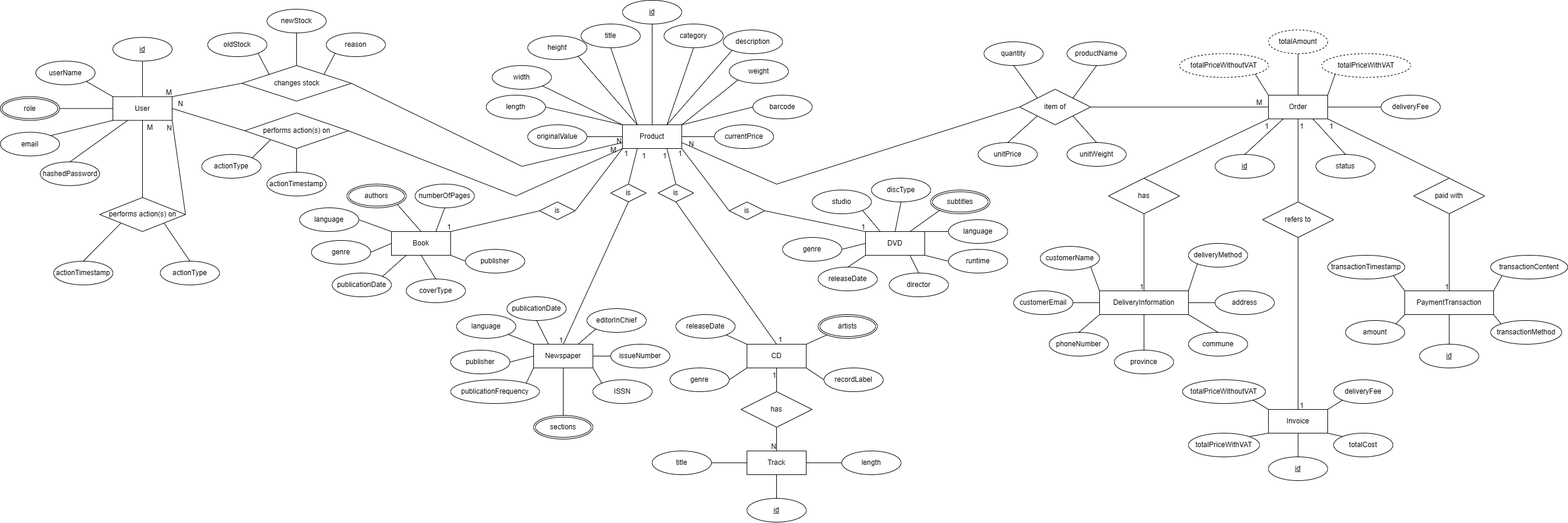
diennguyenhuy/ISD.20252-16 keeps this draw.io diagram as DetailedDesign/DataModelling/ERD.png. Above is the earlier version. Source tidied: cells renumbered, new cells last; positions are measured from the earlier drawing's top-left corner, leaving out a move shared by most shapes.
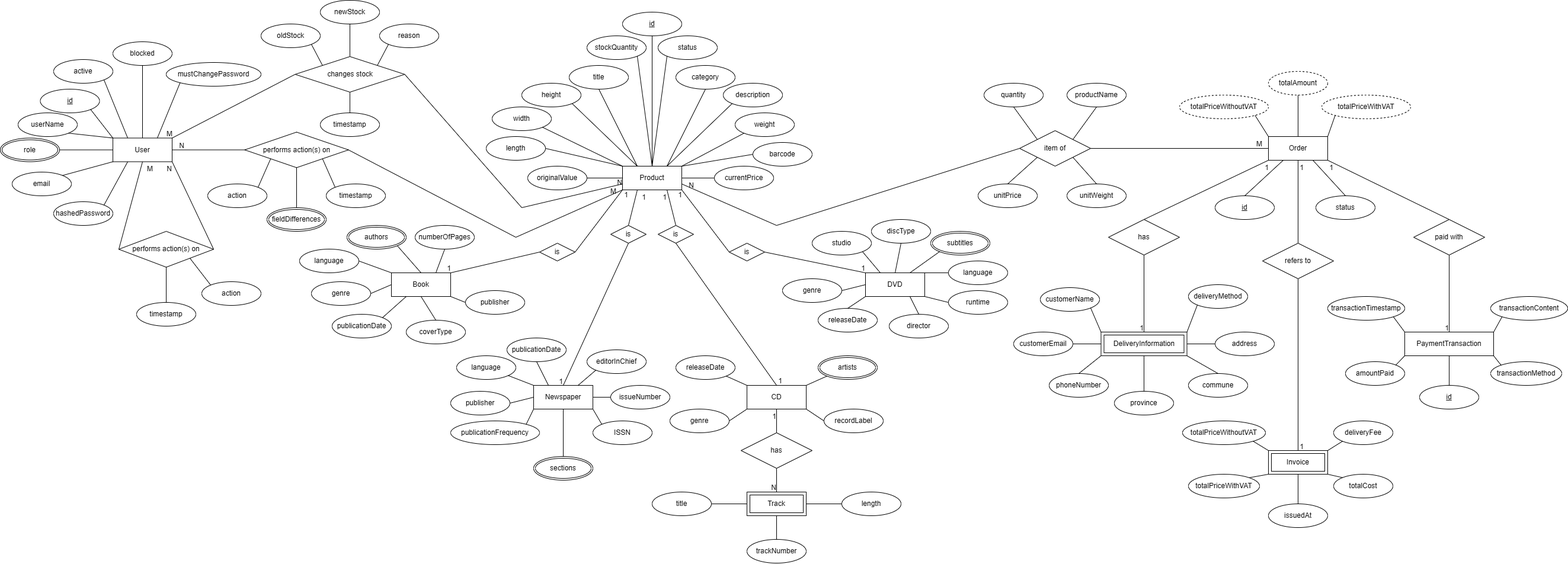
After the change.

Change to the diagram source:
```diff
@@ -25,5 +25,2 @@
     </mxCell>
-    <mxCell id="9" value="DeliveryInformation" style="whiteSpace=wrap;html=1;align=center;" parent="1" vertex="1">
-      <mxGeometry x="1855" y="490" width="150" height="40" as="geometry" />
-    </mxCell>
     <mxCell id="10" value="PaymentTransaction" style="whiteSpace=wrap;html=1;align=center;" parent="1" vertex="1">
@@ -31,7 +28,4 @@
     </mxCell>
-    <mxCell id="11" value="Invoice" style="whiteSpace=wrap;html=1;align=center;" parent="1" vertex="1">
-      <mxGeometry x="2140" y="690" width="100" height="40" as="geometry" />
-    </mxCell>
     <mxCell id="12" value="id" style="ellipse;whiteSpace=wrap;html=1;align=center;fontStyle=4;" parent="1" vertex="1">
-      <mxGeometry x="1050" width="100" height="40" as="geometry" />
+      <mxGeometry x="1050" y="-50" width="100" height="40" as="geometry" />
     </mxCell>
@@ -41,12 +35,12 @@
     <mxCell id="14" value="title" style="ellipse;whiteSpace=wrap;html=1;align=center;" parent="1" vertex="1">
-      <mxGeometry x="980" y="40" width="100" height="40" as="geometry" />
+      <mxGeometry x="960" y="40" width="100" height="40" as="geometry" />
     </mxCell>
     <mxCell id="15" value="category" style="ellipse;whiteSpace=wrap;html=1;align=center;" parent="1" vertex="1">
-      <mxGeometry x="1120" y="40" width="100" height="40" as="geometry" />
+      <mxGeometry x="1140" y="40" width="100" height="40" as="geometry" />
     </mxCell>
     <mxCell id="16" value="description" style="ellipse;whiteSpace=wrap;html=1;align=center;" parent="1" vertex="1">
-      <mxGeometry x="1220" y="50" width="100" height="40" as="geometry" />
+      <mxGeometry x="1220" y="70" width="100" height="40" as="geometry" />
     </mxCell>
     <mxCell id="17" value="height" style="ellipse;whiteSpace=wrap;html=1;align=center;" parent="1" vertex="1">
-      <mxGeometry x="890" y="60" width="100" height="40" as="geometry" />
+      <mxGeometry x="880" y="70" width="100" height="40" as="geometry" />
     </mxCell>
@@ -59,6 +53,6 @@
     <mxCell id="20" value="weight" style="ellipse;whiteSpace=wrap;html=1;align=center;" parent="1" vertex="1">
-      <mxGeometry x="1230" y="100" width="100" height="40" as="geometry" />
+      <mxGeometry x="1240" y="120" width="100" height="40" as="geometry" />
     </mxCell>
     <mxCell id="21" value="barcode" style="ellipse;whiteSpace=wrap;html=1;align=center;" parent="1" vertex="1">
-      <mxGeometry x="1270" y="160" width="100" height="40" as="geometry" />
+      <mxGeometry x="1270" y="170" width="100" height="40" as="geometry" />
     </mxCell>
@@ -115,5 +109,2 @@
     </mxCell>
-    <mxCell id="39" value="Track" style="whiteSpace=wrap;html=1;align=center;" parent="1" vertex="1">
-      <mxGeometry x="1260" y="760" width="100" height="40" as="geometry" />
-    </mxCell>
     <mxCell id="40" value="publisher" style="ellipse;whiteSpace=wrap;html=1;align=center;" parent="1" vertex="1">
@@ -283,3 +274,3 @@
     </mxCell>
-    <mxCell id="91" style="endArrow=none;html=1;rounded=0;exitX=0.5;exitY=1;exitDx=0;exitDy=0;" parent="1" edge="1" source="88" target="39">
+    <mxCell id="91" style="endArrow=none;html=1;rounded=0;exitX=0.5;exitY=1;exitDx=0;exitDy=0;entryX=0.5;entryY=0;entryDx=0;entryDy=0;" parent="1" edge="1" source="88" target="39">
       <mxGeometry relative="1" as="geometry" />
@@ -289,5 +280,2 @@
     </mxCell>
-    <mxCell id="93" value="id" style="ellipse;whiteSpace=wrap;html=1;align=center;fontStyle=4;" parent="1" vertex="1">
-      <mxGeometry x="1260" y="840" width="100" height="40" as="geometry" />
-    </mxCell>
     <mxCell id="94" value="title" style="ellipse;whiteSpace=wrap;html=1;align=center;" parent="1" vertex="1">
@@ -301,4 +289,6 @@
     </mxCell>
-    <mxCell id="97" style="endArrow=none;html=1;rounded=0;entryX=0.5;entryY=1;entryDx=0;entryDy=0;exitX=0.5;exitY=0;exitDx=0;exitDy=0;" parent="1" edge="1" source="93" target="39">
-      <mxGeometry relative="1" as="geometry" />
+    <mxCell id="97" style="endArrow=none;html=1;rounded=0;entryX=0.5;entryY=1;entryDx=0;entryDy=0;exitX=0.5;exitY=0;exitDx=0;exitDy=0;" parent="1" edge="1" target="39">
+      <mxGeometry relative="1" as="geometry">
+        <mxPoint x="1310" y="840" as="sourcePoint" />
+      </mxGeometry>
     </mxCell>
@@ -389,3 +379,3 @@
     <mxCell id="124" value="id" style="ellipse;whiteSpace=wrap;html=1;align=center;fontStyle=4;" parent="1" vertex="1">
-      <mxGeometry x="190" y="62.5" width="100" height="40" as="geometry" />
+      <mxGeometry x="67.5" y="80" width="100" height="40" as="geometry" />
     </mxCell>
@@ -394,3 +384,3 @@
     </mxCell>
-    <mxCell id="126" style="endArrow=none;html=1;rounded=0;entryX=0.5;entryY=0;entryDx=0;entryDy=0;exitX=0.5;exitY=1;exitDx=0;exitDy=0;" parent="1" edge="1" source="124" target="7">
+    <mxCell id="126" style="endArrow=none;html=1;rounded=0;entryX=0;entryY=0;entryDx=0;entryDy=0;exitX=1;exitY=1;exitDx=0;exitDy=0;" parent="1" edge="1" source="124" target="7">
       <mxGeometry relative="1" as="geometry" />
@@ -398,9 +388,9 @@
     <mxCell id="127" value="userName" style="ellipse;whiteSpace=wrap;html=1;align=center;" parent="1" vertex="1">
-      <mxGeometry x="60" y="102.5" width="100" height="40" as="geometry" />
+      <mxGeometry x="30" y="120" width="100" height="40" as="geometry" />
     </mxCell>
     <mxCell id="128" value="email" style="ellipse;whiteSpace=wrap;html=1;align=center;" parent="1" vertex="1">
-      <mxGeometry y="222.5" width="100" height="40" as="geometry" />
+      <mxGeometry x="20" y="220" width="100" height="40" as="geometry" />
     </mxCell>
     <mxCell id="129" value="hashedPassword" style="ellipse;whiteSpace=wrap;html=1;align=center;" parent="1" vertex="1">
-      <mxGeometry x="67.5" y="272.5" width="100" height="40" as="geometry" />
+      <mxGeometry x="90" y="270" width="100" height="40" as="geometry" />
     </mxCell>
@@ -434,4 +424,6 @@
     </mxCell>
-    <mxCell id="138" style="endArrow=none;html=1;rounded=0;exitX=0.5;exitY=1;exitDx=0;exitDy=0;entryX=0.5;entryY=0;entryDx=0;entryDy=0;" parent="1" edge="1" source="135" target="9">
-      <mxGeometry relative="1" as="geometry" />
+    <mxCell id="138" style="endArrow=none;html=1;rounded=0;exitX=0.5;exitY=1;exitDx=0;exitDy=0;entryX=0.5;entryY=0;entryDx=0;entryDy=0;" parent="1" edge="1" source="135">
+      <mxGeometry relative="1" as="geometry">
+        <mxPoint x="1930" y="490" as="targetPoint" />
+      </mxGeometry>
     </mxCell>
@@ -461,4 +453,6 @@
     </mxCell>
-    <mxCell id="147" style="endArrow=none;html=1;rounded=0;exitX=0.5;exitY=1;exitDx=0;exitDy=0;entryX=0.5;entryY=0;entryDx=0;entryDy=0;" parent="1" edge="1" source="9" target="143">
-      <mxGeometry relative="1" as="geometry" />
+    <mxCell id="147" style="endArrow=none;html=1;rounded=0;exitX=0.5;exitY=1;exitDx=0;exitDy=0;entryX=0.5;entryY=0;entryDx=0;entryDy=0;" parent="1" edge="1" target="143">
+      <mxGeometry relative="1" as="geometry">
+        <mxPoint x="1930" y="530" as="sourcePoint" />
+      </mxGeometry>
     </mxCell>
@@ -494,8 +488,2 @@
     </mxCell>
-    <mxCell id="158" value="deliveryFee" style="ellipse;whiteSpace=wrap;html=1;align=center;" parent="1" vertex="1">
-      <mxGeometry x="2330" y="160" width="100" height="40" as="geometry" />
-    </mxCell>
-    <mxCell id="159" style="endArrow=none;html=1;rounded=0;entryX=1;entryY=0.5;entryDx=0;entryDy=0;exitX=0;exitY=0.5;exitDx=0;exitDy=0;" parent="1" edge="1" source="158" target="8">
-      <mxGeometry relative="1" as="geometry" />
-    </mxCell>
     <mxCell id="160" style="endArrow=none;html=1;rounded=0;entryX=1;entryY=1;entryDx=0;entryDy=0;exitX=0.5;exitY=0;exitDx=0;exitDy=0;" parent="1" edge="1" source="154" target="8">
@@ -520,3 +508,3 @@
     </mxCell>
-    <mxCell id="166" value="amount" style="ellipse;whiteSpace=wrap;html=1;align=center;" parent="1" vertex="1">
+    <mxCell id="166" value="amountPaid" style="ellipse;whiteSpace=wrap;html=1;align=center;" parent="1" vertex="1">
       <mxGeometry x="2270" y="540" width="100" height="40" as="geometry" />
@@ -573,6 +561,3 @@
     </mxCell>
-    <mxCell id="183" value="id" style="ellipse;whiteSpace=wrap;html=1;align=center;fontStyle=4;" parent="1" vertex="1">
-      <mxGeometry x="2140" y="770" width="100" height="40" as="geometry" />
-    </mxCell>
-    <mxCell id="184" style="endArrow=none;html=1;rounded=0;exitX=0.5;exitY=0;exitDx=0;exitDy=0;entryX=0.5;entryY=1;entryDx=0;entryDy=0;" parent="1" edge="1" source="183" target="11">
+    <mxCell id="184" style="endArrow=none;html=1;rounded=0;exitX=0.5;exitY=0;exitDx=0;exitDy=0;entryX=0.5;entryY=1;entryDx=0;entryDy=0;" parent="1" edge="1" source="238" target="11">
       <mxGeometry relative="1" as="geometry" />
@@ -594,3 +579,3 @@
     </mxCell>
-    <mxCell id="190" style="endArrow=none;html=1;rounded=0;entryX=0.5;entryY=0;entryDx=0;entryDy=0;exitX=0.25;exitY=1;exitDx=0;exitDy=0;" parent="1" edge="1" source="7" target="129">
+    <mxCell id="190" style="endArrow=none;html=1;rounded=0;entryX=1;entryY=0;entryDx=0;entryDy=0;exitX=0.25;exitY=1;exitDx=0;exitDy=0;" parent="1" edge="1" source="7" target="129">
       <mxGeometry relative="1" as="geometry" />
@@ -612,6 +597,6 @@
     <mxCell id="195" value="performs action(s) on" style="shape=rhombus;perimeter=rhombusPerimeter;whiteSpace=wrap;html=1;align=center;" parent="1" vertex="1">
-      <mxGeometry x="412.5" y="190" width="175" height="60" as="geometry" />
+      <mxGeometry x="412.5" y="152.5" width="175" height="60" as="geometry" />
     </mxCell>
     <mxCell id="196" value="changes stock" style="shape=rhombus;perimeter=rhombusPerimeter;whiteSpace=wrap;html=1;align=center;" parent="1" vertex="1">
-      <mxGeometry x="407.5" y="110" width="185" height="60" as="geometry" />
+      <mxGeometry x="497.5" y="25" width="185" height="60" as="geometry" />
     </mxCell>
@@ -642,9 +627,9 @@
     <mxCell id="201" value="oldStock" style="ellipse;whiteSpace=wrap;html=1;align=center;" parent="1" vertex="1">
-      <mxGeometry x="350" y="55" width="100" height="40" as="geometry" />
+      <mxGeometry x="440" y="-30" width="100" height="40" as="geometry" />
     </mxCell>
     <mxCell id="202" value="newStock" style="ellipse;whiteSpace=wrap;html=1;align=center;" parent="1" vertex="1">
-      <mxGeometry x="450" y="15" width="100" height="40" as="geometry" />
+      <mxGeometry x="540" y="-70" width="100" height="40" as="geometry" />
     </mxCell>
     <mxCell id="203" value="reason" style="ellipse;whiteSpace=wrap;html=1;align=center;" parent="1" vertex="1">
-      <mxGeometry x="550" y="55" width="100" height="40" as="geometry" />
+      <mxGeometry x="640" y="-30" width="100" height="40" as="geometry" />
     </mxCell>
@@ -659,9 +644,9 @@
     </mxCell>
-    <mxCell id="207" value="actionType" style="ellipse;whiteSpace=wrap;html=1;align=center;" parent="1" vertex="1">
-      <mxGeometry x="340" y="260" width="100" height="40" as="geometry" />
+    <mxCell id="207" value="action" style="ellipse;whiteSpace=wrap;html=1;align=center;" parent="1" vertex="1">
+      <mxGeometry x="350" y="240" width="100" height="40" as="geometry" />
     </mxCell>
-    <mxCell id="208" value="actionTimestamp" style="ellipse;whiteSpace=wrap;html=1;align=center;" parent="1" vertex="1">
-      <mxGeometry x="450" y="290" width="100" height="40" as="geometry" />
+    <mxCell id="208" value="timestamp" style="ellipse;whiteSpace=wrap;html=1;align=center;" parent="1" vertex="1">
+      <mxGeometry x="550" y="240" width="100" height="40" as="geometry" />
     </mxCell>
-    <mxCell id="209" style="endArrow=none;html=1;rounded=0;entryX=0.5;entryY=0;entryDx=0;entryDy=0;exitX=0.5;exitY=1;exitDx=0;exitDy=0;" parent="1" edge="1" source="195" target="208">
+    <mxCell id="209" style="endArrow=none;html=1;rounded=0;entryX=0;entryY=0;entryDx=0;entryDy=0;exitX=1;exitY=1;exitDx=0;exitDy=0;" parent="1" edge="1" source="195" target="208">
       <mxGeometry relative="1" as="geometry" />
@@ -691,3 +676,3 @@
     </mxCell>
-    <mxCell id="217" style="endArrow=none;html=1;rounded=0;entryX=0.5;entryY=1;entryDx=0;entryDy=0;" parent="1" edge="1" source="231" target="7">
+    <mxCell id="217" style="endArrow=none;html=1;rounded=0;entryX=0.5;entryY=1;entryDx=0;entryDy=0;exitX=0;exitY=0.5;exitDx=0;exitDy=0;" parent="1" edge="1" source="231" target="7">
       <mxGeometry relative="1" as="geometry" />
@@ -707,12 +692,12 @@
     </mxCell>
-    <mxCell id="221" value="actionType" style="ellipse;whiteSpace=wrap;html=1;align=center;" parent="1" vertex="1">
-      <mxGeometry x="270" y="440" width="100" height="40" as="geometry" />
+    <mxCell id="221" value="action" style="ellipse;whiteSpace=wrap;html=1;align=center;" parent="1" vertex="1">
+      <mxGeometry x="340" y="405" width="100" height="40" as="geometry" />
     </mxCell>
-    <mxCell id="222" value="actionTimestamp" style="ellipse;whiteSpace=wrap;html=1;align=center;" parent="1" vertex="1">
-      <mxGeometry x="90" y="440" width="100" height="40" as="geometry" />
+    <mxCell id="222" value="timestamp" style="ellipse;whiteSpace=wrap;html=1;align=center;" parent="1" vertex="1">
+      <mxGeometry x="230" y="440" width="100" height="40" as="geometry" />
     </mxCell>
-    <mxCell id="223" style="endArrow=none;html=1;rounded=0;exitX=1;exitY=1;exitDx=0;exitDy=0;entryX=0.5;entryY=0;entryDx=0;entryDy=0;" parent="1" edge="1" source="231" target="221">
+    <mxCell id="223" style="endArrow=none;html=1;rounded=0;exitX=1;exitY=1;exitDx=0;exitDy=0;entryX=0;entryY=0;entryDx=0;entryDy=0;" parent="1" edge="1" source="231" target="221">
       <mxGeometry relative="1" as="geometry" />
     </mxCell>
-    <mxCell id="224" style="endArrow=none;html=1;rounded=0;entryX=0.5;entryY=0;entryDx=0;entryDy=0;exitX=0;exitY=1;exitDx=0;exitDy=0;" parent="1" edge="1" source="231" target="222">
+    <mxCell id="224" style="endArrow=none;html=1;rounded=0;entryX=0.5;entryY=0;entryDx=0;entryDy=0;exitX=0.5;exitY=1;exitDx=0;exitDy=0;" parent="1" edge="1" source="231" target="222">
       <mxGeometry relative="1" as="geometry" />
@@ -737,4 +722,4 @@
     </mxCell>
-    <mxCell id="231" value="performs action(s) on" style="shape=rhombus;perimeter=rhombusPerimeter;whiteSpace=wrap;html=1;align=center;" parent="1" vertex="1">
-      <mxGeometry x="167.5" y="332.5" width="145" height="57.5" as="geometry" />
+    <mxCell id="231" value="&lt;div&gt;&lt;span style=&quot;background-color: transparent; color: light-dark(rgb(0, 0, 0), rgb(255, 255, 255));&quot;&gt;performs action(s) on&lt;/span&gt;&lt;/div&gt;" style="shape=rhombus;perimeter=rhombusPerimeter;whiteSpace=wrap;html=1;align=center;" parent="1" vertex="1">
+      <mxGeometry x="200" y="320" width="160" height="60.5" as="geometry" />
     </mxCell>
@@ -743,2 +728,59 @@
     </mxCell>
+    <mxCell id="233" value="stockQuantity" style="ellipse;whiteSpace=wrap;html=1;align=center;" parent="1" vertex="1">
+      <mxGeometry x="990" y="-10" width="100" height="40" as="geometry" />
+    </mxCell>
+    <mxCell id="234" value="status" style="ellipse;whiteSpace=wrap;html=1;align=center;" parent="1" vertex="1">
+      <mxGeometry x="1110" y="-10" width="100" height="40" as="geometry" />
+    </mxCell>
+    <mxCell id="235" style="endArrow=none;html=1;rounded=0;exitX=1;exitY=1;exitDx=0;exitDy=0;entryX=0.5;entryY=0;entryDx=0;entryDy=0;" parent="1" edge="1" source="233" target="2">
+      <mxGeometry relative="1" as="geometry" />
+    </mxCell>
+    <mxCell id="236" style="endArrow=none;html=1;rounded=0;exitX=0.5;exitY=0;exitDx=0;exitDy=0;entryX=0;entryY=1;entryDx=0;entryDy=0;" parent="1" edge="1" source="2" target="234">
+      <mxGeometry relative="1" as="geometry" />
+    </mxCell>
+    <mxCell id="237" value="trackNumber" style="ellipse;whiteSpace=wrap;html=1;align=center;" parent="1" vertex="1">
+      <mxGeometry x="1260" y="840" width="100" height="40" as="geometry" />
+    </mxCell>
+    <mxCell id="39" value="Track" style="shape=ext;margin=3;double=1;whiteSpace=wrap;html=1;align=center;" parent="1" vertex="1">
+      <mxGeometry x="1260" y="760" width="100" height="40" as="geometry" />
+    </mxCell>
+    <mxCell id="238" value="issuedAt" style="ellipse;whiteSpace=wrap;html=1;align=center;" parent="1" vertex="1">
+      <mxGeometry x="2140" y="780" width="100" height="40" as="geometry" />
+    </mxCell>
+    <mxCell id="9" value="DeliveryInformation" style="shape=ext;margin=3;double=1;whiteSpace=wrap;html=1;align=center;" parent="1" vertex="1">
+      <mxGeometry x="1857.5" y="490" width="145" height="40" as="geometry" />
+    </mxCell>
+    <mxCell id="11" value="Invoice" style="shape=ext;margin=3;double=1;whiteSpace=wrap;html=1;align=center;" parent="1" vertex="1">
+      <mxGeometry x="2140" y="690" width="100" height="40" as="geometry" />
+    </mxCell>
+    <mxCell id="239" value="active" style="ellipse;whiteSpace=wrap;html=1;align=center;" parent="1" vertex="1">
+      <mxGeometry x="90" y="30" width="100" height="40" as="geometry" />
+    </mxCell>
+    <mxCell id="240" value="blocked" style="ellipse;whiteSpace=wrap;html=1;align=center;" parent="1" vertex="1">
+      <mxGeometry x="190" width="100" height="40" as="geometry" />
+    </mxCell>
+    <mxCell id="241" value="mustChangePassword" style="ellipse;whiteSpace=wrap;html=1;align=center;" parent="1" vertex="1">
+      <mxGeometry x="280" y="35" width="160" height="40" as="geometry" />
+    </mxCell>
+    <mxCell id="242" style="endArrow=none;html=1;rounded=0;entryX=0.75;entryY=0;entryDx=0;entryDy=0;exitX=0;exitY=1;exitDx=0;exitDy=0;" parent="1" edge="1" source="241" target="7">
+      <mxGeometry relative="1" as="geometry" />
+    </mxCell>
+    <mxCell id="243" style="endArrow=none;html=1;rounded=0;entryX=0.5;entryY=0;entryDx=0;entryDy=0;exitX=0.5;exitY=1;exitDx=0;exitDy=0;" parent="1" edge="1" source="240" target="7">
+      <mxGeometry relative="1" as="geometry" />
+    </mxCell>
+    <mxCell id="244" style="endArrow=none;html=1;rounded=0;entryX=0.25;entryY=0;entryDx=0;entryDy=0;exitX=1;exitY=1;exitDx=0;exitDy=0;" parent="1" edge="1" source="239" target="7">
+      <mxGeometry relative="1" as="geometry" />
+    </mxCell>
+    <mxCell id="245" value="timestamp" style="ellipse;whiteSpace=wrap;html=1;align=center;" parent="1" vertex="1">
+      <mxGeometry x="540" y="120" width="100" height="40" as="geometry" />
+    </mxCell>
+    <mxCell id="246" value="fieldDifferences" style="ellipse;shape=doubleEllipse;margin=3;whiteSpace=wrap;html=1;align=center;" parent="1" vertex="1">
+      <mxGeometry x="450" y="280" width="100" height="40" as="geometry" />
+    </mxCell>
+    <mxCell id="247" style="endArrow=none;html=1;rounded=0;entryX=0.5;entryY=1;entryDx=0;entryDy=0;exitX=0.5;exitY=0;exitDx=0;exitDy=0;" parent="1" edge="1" source="246" target="195">
+      <mxGeometry relative="1" as="geometry" />
+    </mxCell>
+    <mxCell id="248" style="endArrow=none;html=1;rounded=0;entryX=0.5;entryY=1;entryDx=0;entryDy=0;exitX=0.5;exitY=0;exitDx=0;exitDy=0;" parent="1" edge="1" source="245" target="196">
+      <mxGeometry relative="1" as="geometry" />
+    </mxCell>
   </root>
```
